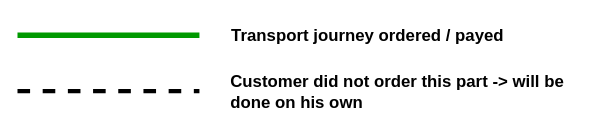
Earlier version of the draw.io export Pictures/Function_7/F7_dtd_legend.svg (netj22693/backup-app-jn). Source tidied: cells renumbered, new cells last; positions are measured from the earlier drawing's top-left corner, leaving out a move shared by most shapes.
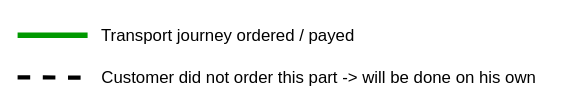
The same diagram one commit later.

What changed in the source:
```diff
@@ -4,21 +4,24 @@
     <mxCell id="1" parent="0" />
     <mxCell id="2" style="endArrow=none;html=1;rounded=0;strokeWidth=3;dashed=1;" parent="1" edge="1">
       <mxGeometry relative="1" as="geometry">
-        <mxPoint y="54.7" as="sourcePoint" />
-        <mxPoint x="130" y="54.7" as="targetPoint" />
+        <mxPoint x="30" y="54.7" as="sourcePoint" />
+        <mxPoint x="80" y="55" as="targetPoint" />
+        <Array as="points">
+          <mxPoint x="80" y="55" />
+        </Array>
       </mxGeometry>
     </mxCell>
     <mxCell id="3" style="endArrow=none;html=1;rounded=0;strokeWidth=4;strokeColor=#009900;" parent="1" edge="1">
       <mxGeometry relative="1" as="geometry">
-        <mxPoint y="14.7" as="sourcePoint" />
-        <mxPoint x="130" y="14.7" as="targetPoint" />
+        <mxPoint x="30" y="24.7" as="sourcePoint" />
+        <mxPoint x="80" y="24.7" as="targetPoint" />
       </mxGeometry>
     </mxCell>
-    <mxCell id="4" value="Transport journey ordered / payed" style="text;html=1;align=center;verticalAlign=middle;whiteSpace=wrap;rounded=0;fontStyle=1;" parent="1" vertex="1">
-      <mxGeometry x="140" width="220" height="30" as="geometry" />
+    <mxCell id="4" value="Transport journey ordered / payed" style="text;html=1;align=center;verticalAlign=middle;whiteSpace=wrap;rounded=0;" parent="1" vertex="1">
+      <mxGeometry x="70" y="10" width="220" height="30" as="geometry" />
     </mxCell>
-    <mxCell id="5" value="Customer did not order this part -&amp;gt; will be done on his own" style="text;html=1;align=left;verticalAlign=middle;whiteSpace=wrap;rounded=0;fontStyle=1;" parent="1" vertex="1">
-      <mxGeometry x="150" y="40" width="250" height="30" as="geometry" />
+    <mxCell id="5" value="Customer did not order this part -&amp;gt; will be done on his own" style="text;html=1;align=center;verticalAlign=middle;whiteSpace=wrap;rounded=0;" parent="1" vertex="1">
+      <mxGeometry x="80" y="40" width="330" height="30" as="geometry" />
     </mxCell>
   </root>
 </mxGraphModel>
```
